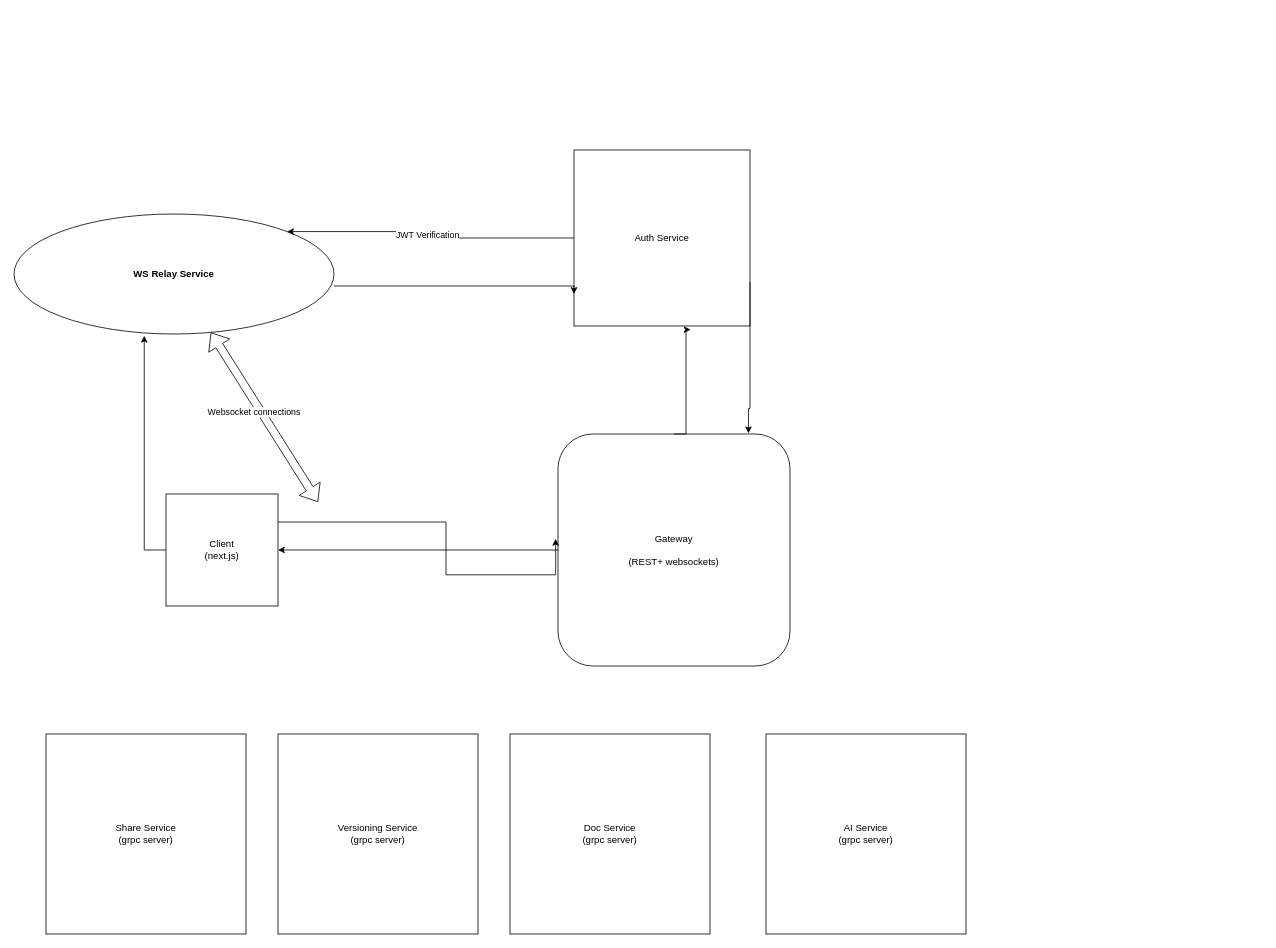
This is architecture.drawio from jsndz/Kairo, a draw.io file, before an edit. Source tidied: cells renumbered, new cells numbered last; positions are measured from the earlier drawing's top-left corner, leaving out a move shared by most shapes. Both pictures are drawn from the tidied source at 80%, with x=0, y=0 at pixel (14, 150).
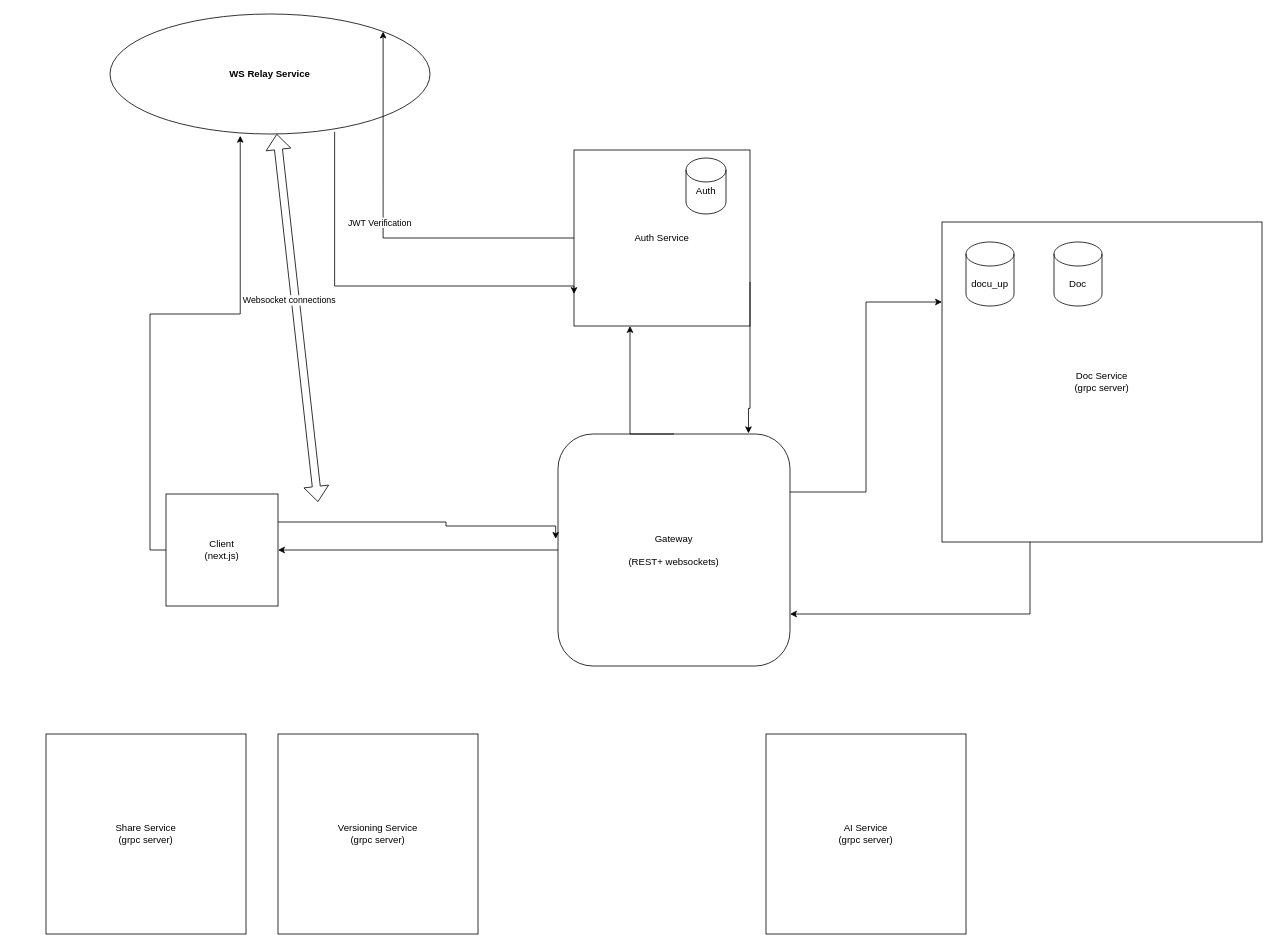
After the change.

The change refers to these unchanged cells:
```xml
<mxCell id="2" value="Client&lt;div&gt;(next.js)&lt;/div&gt;" style="whiteSpace=wrap;html=1;" parent="1" vertex="1">
  <mxGeometry x="190" y="430" width="140" height="140" as="geometry" />
</mxCell>
<mxCell id="4" value="Gateway&lt;div&gt;&lt;br&gt;&lt;/div&gt;&lt;div&gt;(REST+ websockets)&lt;/div&gt;" style="rounded=1;whiteSpace=wrap;html=1;" parent="1" vertex="1">
  <mxGeometry x="680" y="355" width="290" height="290" as="geometry" />
</mxCell>
<mxCell id="6" value="Auth Service" style="whiteSpace=wrap;html=1;" parent="1" vertex="1">
  <mxGeometry x="700" width="220" height="220" as="geometry" />
</mxCell>
```

Change to the diagram source:
```diff
@@
+    <mxCell id="20" style="edgeStyle=orthogonalEdgeStyle;rounded=0;jettySize=auto;html=1;exitX=1;exitY=0.25;exitDx=0;exitDy=0;entryX=0;entryY=0.25;entryDx=0;entryDy=0;" parent="1" edge="1" source="4" target="7">
+      <mxGeometry relative="1" as="geometry" />
+    </mxCell>
@@
     <mxCell id="5" style="edgeStyle=orthogonalEdgeStyle;rounded=0;jettySize=auto;html=1;exitX=1;exitY=0.25;exitDx=0;exitDy=0;entryX=-0.01;entryY=0.452;entryDx=0;entryDy=0;entryPerimeter=0;" parent="1" edge="1" source="2" target="4">
       <mxGeometry relative="1" as="geometry">
         <Array as="points">
           <mxPoint x="540" y="465" />
-          <mxPoint x="540" y="531" />
+          <mxPoint x="540" y="470" />
+          <mxPoint x="677" y="470" />
         </Array>
       </mxGeometry>
     </mxCell>
@@
+    <mxCell id="21" style="edgeStyle=orthogonalEdgeStyle;rounded=0;jettySize=auto;html=1;" parent="1" edge="1" source="7" target="4">
+      <mxGeometry relative="1" as="geometry">
+        <Array as="points">
+          <mxPoint x="1270" y="580" />
+        </Array>
+      </mxGeometry>
+    </mxCell>
     <mxCell id="7" value="Doc Service&lt;div&gt;(grpc server)&lt;/div&gt;" style="whiteSpace=wrap;html=1;" parent="1" vertex="1">
-      <mxGeometry x="620" y="730" width="250" height="250" as="geometry" />
+      <mxGeometry x="1160" y="90" width="400" height="400" as="geometry" />
     </mxCell>
@@
-    <mxCell id="11" style="edgeStyle=orthogonalEdgeStyle;rounded=0;orthogonalLoop=1;jettySize=auto;html=1;exitX=1;exitY=0.5;exitDx=0;exitDy=0;entryX=0;entryY=0.75;entryDx=0;entryDy=0;" parent="1" edge="1">
+    <mxCell id="11" style="edgeStyle=orthogonalEdgeStyle;rounded=0;jettySize=auto;html=1;exitX=0.702;exitY=0.982;exitDx=0;exitDy=0;entryX=0;entryY=0.75;entryDx=0;entryDy=0;exitPerimeter=0;" parent="1" edge="1" source="12">
       <mxGeometry relative="1" as="geometry">
-        <mxPoint x="400" y="170" as="sourcePoint" />
         <mxPoint x="700" y="180" as="targetPoint" />
         <Array as="points">
+          <mxPoint x="401" y="170" />
           <mxPoint x="700" y="170" />
         </Array>
       </mxGeometry>
     </mxCell>
     <mxCell id="12" value="&lt;strong&gt;WS Relay Service&lt;/strong&gt;" style="ellipse;whiteSpace=wrap;html=1;" parent="1" vertex="1">
-      <mxGeometry y="80" width="400" height="150" as="geometry" />
+      <mxGeometry x="120" y="-170" width="400" height="150" as="geometry" />
     </mxCell>
@@
-    <mxCell id="19" style="edgeStyle=orthogonalEdgeStyle;rounded=0;jettySize=auto;html=1;exitX=0.5;exitY=0;exitDx=0;exitDy=0;entryX=0.663;entryY=1.021;entryDx=0;entryDy=0;entryPerimeter=0;" parent="1" edge="1" source="4" target="6">
+    <mxCell id="19" style="edgeStyle=orthogonalEdgeStyle;rounded=0;jettySize=auto;html=1;exitX=0.5;exitY=0;exitDx=0;exitDy=0;" parent="1" edge="1" source="4">
       <mxGeometry relative="1" as="geometry">
+        <mxPoint x="770" y="220" as="targetPoint" />
         <Array as="points">
-          <mxPoint x="840" y="355" />
-          <mxPoint x="840" y="225" />
+          <mxPoint x="770" y="355" />
+          <mxPoint x="770" y="225" />
         </Array>
       </mxGeometry>
     </mxCell>
+    <mxCell id="22" value="docu_up" style="shape=cylinder3;whiteSpace=wrap;html=1;boundedLbl=1;backgroundOutline=1;size=15;" parent="1" vertex="1">
+      <mxGeometry x="1190" y="115" width="60" height="80" as="geometry" />
+    </mxCell>
+    <mxCell id="23" value="Doc" style="shape=cylinder3;whiteSpace=wrap;html=1;boundedLbl=1;backgroundOutline=1;size=15;" parent="1" vertex="1">
+      <mxGeometry x="1300" y="115" width="60" height="80" as="geometry" />
+    </mxCell>
+    <mxCell id="24" value="Auth&lt;div&gt;&lt;br&gt;&lt;/div&gt;" style="shape=cylinder3;whiteSpace=wrap;html=1;boundedLbl=1;backgroundOutline=1;size=15;" parent="1" vertex="1">
+      <mxGeometry x="840" y="10" width="50" height="70" as="geometry" />
+    </mxCell>
```
